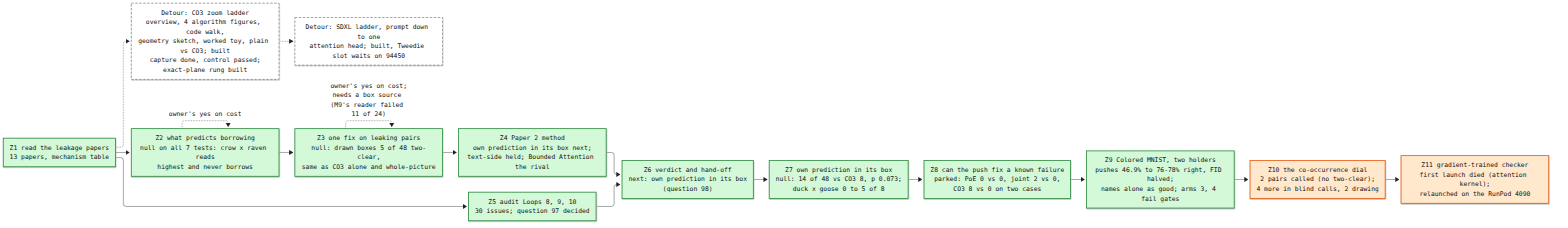
Before: artifacts/notes/progress/leakage/loop-12-progress.png, a diagram exported from Mermaid (mo-rsa24/concept-composition). Its source is kept beside it as artifacts/notes/progress/leakage/loop-12-progress.mmd.
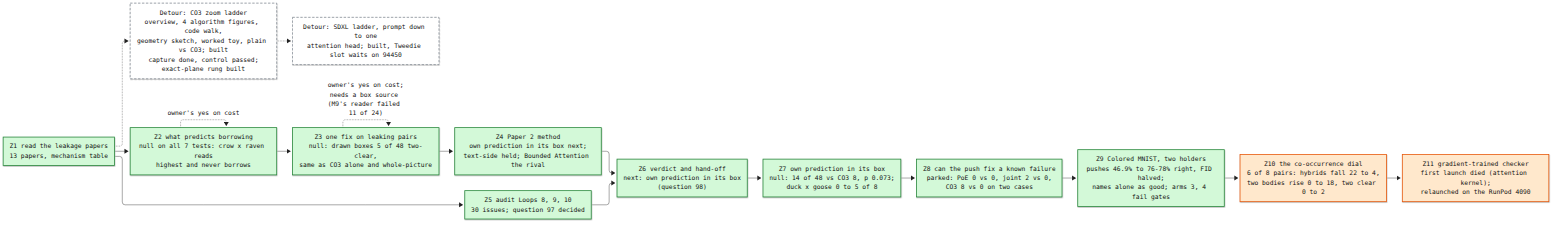
Above is the later version.

Commit message:
Loop 12 Z10: the bar's binomial computed exactly without scipy (laptop has none); map

The edit, as a diff of the source:
```diff
@@ -20,7 +20,7 @@
   Z7 --> Z8
   Z9["Z9 Colored MNIST, two holders<br/>pushes 46.9% to 76-78% right, FID halved;<br/>names alone as good; arms 3, 4 fail gates"]:::done
   Z8 --> Z9
-  Z10["Z10 the co-occurrence dial<br/>2 pairs called (no two-clear);<br/>4 more in blind calls, 2 drawing"]:::doing
+  Z10["Z10 the co-occurrence dial<br/>6 of 8 pairs: hybrids fall 22 to 4,<br/>two bodies rise 0 to 18, two clear 0 to 2"]:::doing
   Z9 --> Z10
   Z11["Z11 gradient-trained checker<br/>first launch died (attention kernel);<br/>relaunched on the RunPod 4090"]:::doing
   Z10 --> Z11
```
